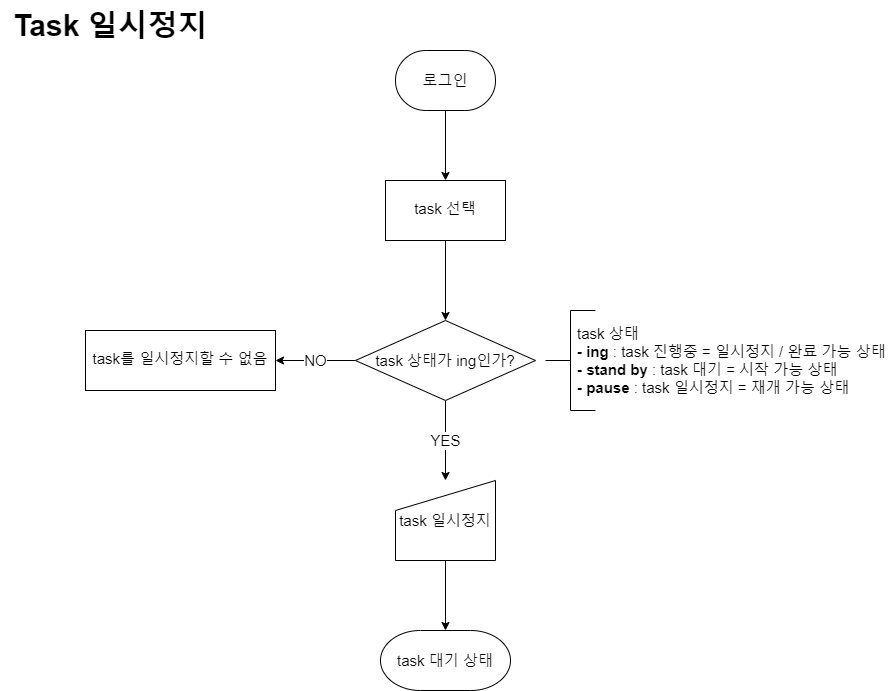
MEOHIN/todo-pe keeps this draw.io diagram as timetodo-flowchart/pausing task.png. Above is the earlier version. Source tidied: cells renumbered, new cells last; positions are measured from the earlier drawing's top-left corner, leaving out a move shared by most shapes.
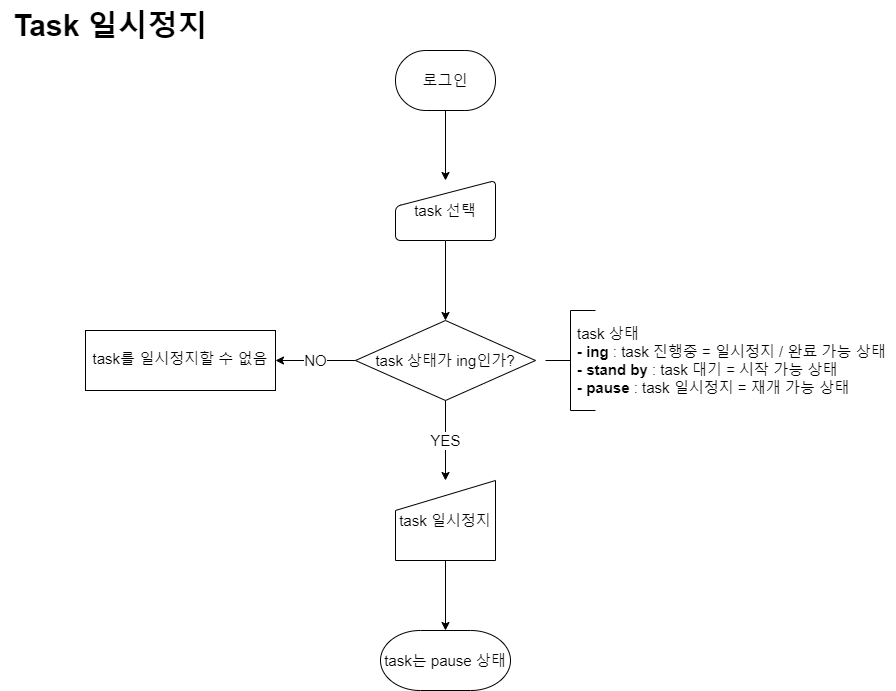
After the commit.

What changed in the source:
```diff
@@ -2,15 +2,16 @@
   <root>
     <mxCell id="0" />
     <mxCell id="1" parent="0" />
-    <mxCell id="2" style="edgeStyle=orthogonalEdgeStyle;rounded=0;jettySize=auto;html=1;fontSize=15;strokeWidth=1;exitX=0.5;exitY=1;exitDx=0;exitDy=0;exitPerimeter=0;" parent="1" edge="1" source="5" target="4">
-      <mxGeometry relative="1" as="geometry" />
+    <mxCell id="2" style="edgeStyle=orthogonalEdgeStyle;rounded=0;jettySize=auto;html=1;fontSize=15;strokeWidth=1;exitX=0.5;exitY=1;exitDx=0;exitDy=0;exitPerimeter=0;" parent="1" edge="1" source="5">
+      <mxGeometry relative="1" as="geometry">
+        <mxPoint x="445" y="180" as="targetPoint" />
+      </mxGeometry>
     </mxCell>
-    <mxCell id="3" style="edgeStyle=orthogonalEdgeStyle;rounded=0;jettySize=auto;html=1;fontSize=15;" parent="1" edge="1" source="4" target="13">
-      <mxGeometry relative="1" as="geometry" />
+    <mxCell id="3" style="edgeStyle=orthogonalEdgeStyle;rounded=0;jettySize=auto;html=1;fontSize=15;" parent="1" edge="1" target="13">
+      <mxGeometry relative="1" as="geometry">
+        <mxPoint x="445" y="240" as="sourcePoint" />
+      </mxGeometry>
     </mxCell>
-    <mxCell id="4" value="task 선택" style="whiteSpace=wrap;html=1;fontSize=15;shadow=0;strokeWidth=1;spacing=6;spacingTop=-4;" parent="1" vertex="1">
-      <mxGeometry x="385" y="180" width="120" height="60" as="geometry" />
-    </mxCell>
     <mxCell id="5" value="로그인" style="strokeWidth=1;html=1;shape=mxgraph.flowchart.terminator;whiteSpace=wrap;fontSize=15;" parent="1" vertex="1">
       <mxGeometry x="395" y="50" width="100" height="60" as="geometry" />
     </mxCell>
@@ -20,7 +21,7 @@
     <mxCell id="7" value="task 일시정지" style="shape=manualInput;whiteSpace=wrap;html=1;fontSize=15;strokeWidth=1;" parent="1" vertex="1">
       <mxGeometry x="395" y="480" width="100" height="80" as="geometry" />
     </mxCell>
-    <mxCell id="8" value="task 대기 상태" style="strokeWidth=1;html=1;shape=mxgraph.flowchart.terminator;whiteSpace=wrap;fontSize=15;" parent="1" vertex="1">
+    <mxCell id="8" value="task는 pause 상태" style="strokeWidth=1;html=1;shape=mxgraph.flowchart.terminator;whiteSpace=wrap;fontSize=15;" parent="1" vertex="1">
       <mxGeometry x="380" y="630" width="130" height="60" as="geometry" />
     </mxCell>
     <mxCell id="9" value="Task 일시정지" style="text;html=1;align=center;verticalAlign=middle;strokeColor=none;fillColor=none;fontSize=30;fontStyle=1;" parent="1" vertex="1">
@@ -44,5 +45,8 @@
     <mxCell id="15" value="task 상태&lt;br style=&quot;font-size: 15px;&quot;&gt;&lt;b style=&quot;font-size: 15px;&quot;&gt;- ing&lt;/b&gt; : task 진행중 = 일시정지 / 완료 가능 상태&lt;br style=&quot;font-size: 15px;&quot;&gt;&lt;b style=&quot;border-color: var(--border-color);&quot;&gt;- stand by&lt;/b&gt;&amp;nbsp;: task 대기 = 시작 가능 상태&lt;br style=&quot;border-color: var(--border-color);&quot;&gt;&lt;b style=&quot;font-size: 15px;&quot;&gt;- pause&lt;/b&gt; : task 일시정지 = 재개 가능 상태" style="text;html=1;strokeColor=none;fillColor=none;align=left;verticalAlign=middle;whiteSpace=wrap;rounded=0;fontSize=15;strokeWidth=1;" parent="1" vertex="1">
       <mxGeometry x="575" y="310" width="320" height="100" as="geometry" />
     </mxCell>
+    <mxCell id="4" value="task 선택" style="html=1;strokeWidth=1;shape=manualInput;whiteSpace=wrap;rounded=1;size=26;arcSize=11;fontSize=15;" parent="1" vertex="1">
+      <mxGeometry x="395" y="180" width="100" height="60" as="geometry" />
+    </mxCell>
   </root>
 </mxGraphModel>
```
